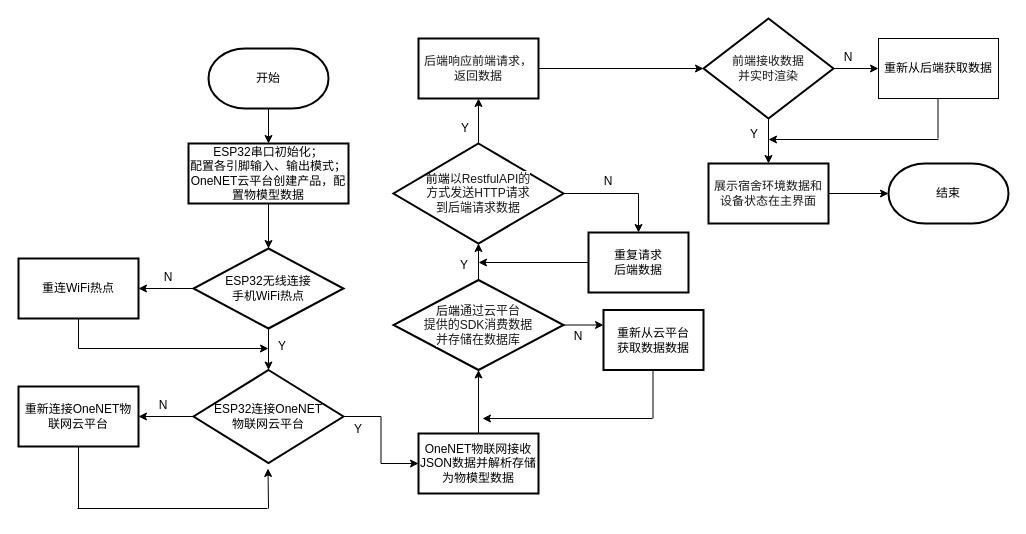
Before: 主界面展示流程图.drawio in zhangruyi3906/img, a draw.io diagram. Source tidied: cells renumbered, new cells numbered last; positions are measured from the earlier drawing's top-left corner, leaving out a move shared by most shapes. Both pictures are drawn from the tidied source at 100%, with x=0, y=0 at pixel (18, 18).
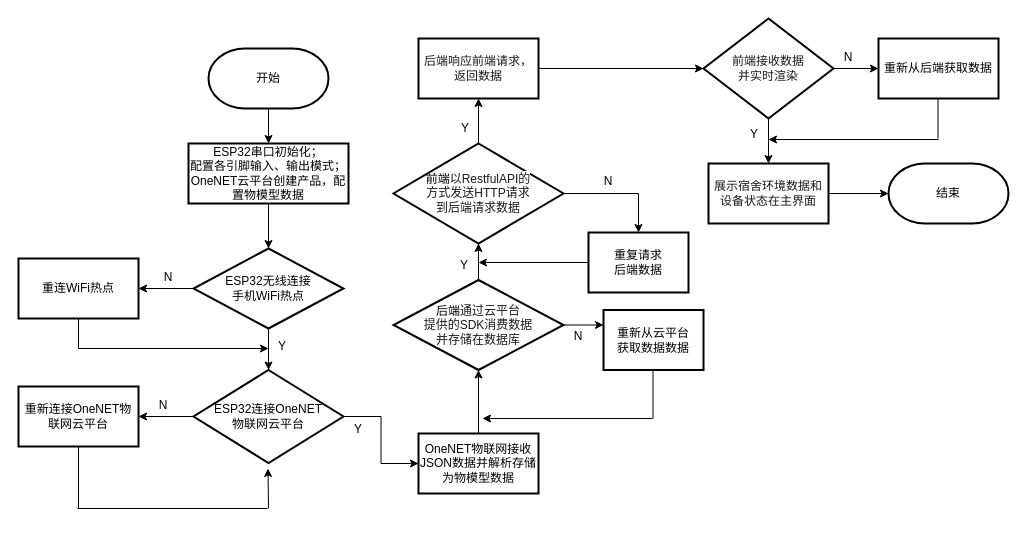
The same page after the edit.

Commit message (it also covers changes not shown here):
更新主界面展示流程图.drawio

Change to the diagram source:
```diff
@@
-    <mxCell id="50" value="重新从后端获取数据" style="rounded=0;whiteSpace=wrap;html=1;" parent="1" vertex="1">
+    <mxCell id="50" value="重新从后端获取数据" style="rounded=0;whiteSpace=wrap;html=1;strokeWidth=2;" parent="1" vertex="1">
       <mxGeometry x="860" y="20" width="120" height="60" as="geometry" />
     </mxCell>
```
